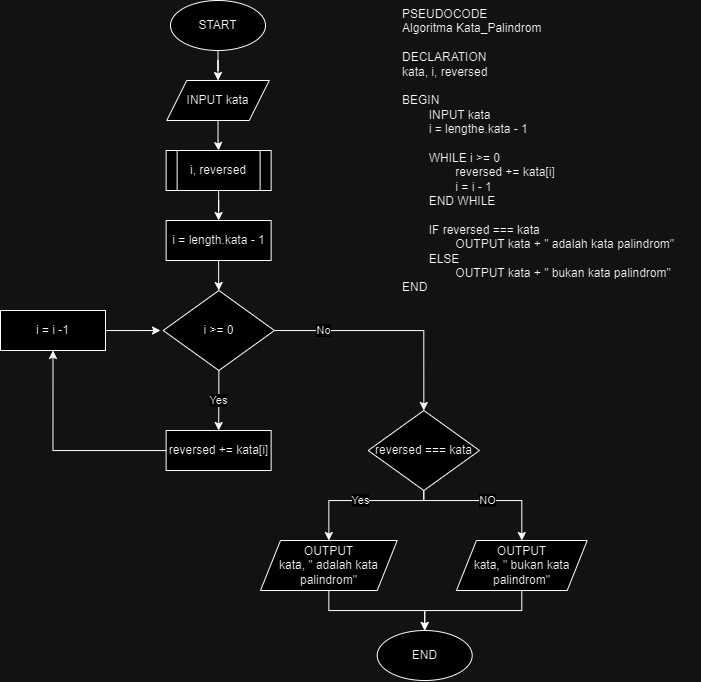
The draw.io diagram 6-Tasks-Computer-Science-Kata Palindrom.drawio.png in mfdrfauzi/fwg17-computer-science, before a commit. Source tidied: cells renumbered, new cells last; positions are measured from the earlier drawing's top-left corner, leaving out a move shared by most shapes. Source of this version:
```xml
<mxGraphModel>
  <root>
    <mxCell id="0" />
    <mxCell id="1" parent="0" />
    <mxCell id="2" value="PSEUDOCODE&lt;br&gt;&lt;div&gt;Algoritma Kata_Palindrom&lt;/div&gt;&lt;div&gt;&lt;br&gt;&lt;/div&gt;&lt;div&gt;DECLARATION&lt;/div&gt;&lt;div&gt;kata, i, reversed&lt;/div&gt;&lt;div&gt;&lt;br&gt;&lt;/div&gt;&lt;div&gt;BEGIN&lt;/div&gt;&lt;div&gt;&lt;span style=&quot;white-space: pre;&quot;&gt;&#9;&lt;/span&gt;INPUT kata&lt;/div&gt;&lt;div&gt;&lt;span style=&quot;white-space: pre;&quot;&gt;&#9;&lt;/span&gt;i = lengthe.kata - 1&lt;br&gt;&lt;/div&gt;&lt;div&gt;&lt;span style=&quot;white-space: pre;&quot;&gt;&#9;&lt;/span&gt;&lt;/div&gt;&lt;div&gt;&lt;span style=&quot;white-space: pre;&quot;&gt;&#9;&lt;/span&gt;WHILE i &amp;gt;= 0&lt;/div&gt;&lt;div&gt;&lt;span style=&quot;white-space: pre;&quot;&gt;&#9;&lt;/span&gt;&lt;span style=&quot;white-space: pre;&quot;&gt;&#9;&lt;/span&gt;reversed += kata[i]&lt;br&gt;&lt;/div&gt;&lt;div&gt;&lt;span style=&quot;white-space: pre;&quot;&gt;&#9;&lt;/span&gt;&lt;span style=&quot;white-space: pre;&quot;&gt;&#9;&lt;/span&gt;i = i - 1&lt;br&gt;&lt;/div&gt;&lt;div&gt;&lt;span style=&quot;white-space: pre;&quot;&gt;&#9;&lt;/span&gt;END WHILE&lt;br&gt;&lt;/div&gt;&lt;div&gt;&lt;br&gt;&lt;/div&gt;&lt;div&gt;&lt;span style=&quot;white-space: pre;&quot;&gt;&#9;&lt;/span&gt;IF reversed === kata&lt;br&gt;&lt;/div&gt;&lt;div&gt;&lt;span style=&quot;white-space: pre;&quot;&gt;&#9;&lt;/span&gt;&lt;span style=&quot;white-space: pre;&quot;&gt;&#9;&lt;/span&gt;OUTPUT kata + &quot; adalah kata palindrom&quot;&lt;br&gt;&lt;/div&gt;&lt;div&gt;&lt;span style=&quot;white-space: pre;&quot;&gt;&#9;&lt;/span&gt;ELSE&lt;br&gt;&lt;/div&gt;&lt;div&gt;&lt;span style=&quot;white-space: pre;&quot;&gt;&#9;&lt;/span&gt;&lt;span style=&quot;white-space: pre;&quot;&gt;&#9;&lt;/span&gt;OUTPUT kata + &quot; bukan kata palindrom&quot;&lt;br&gt;&lt;/div&gt;&lt;div&gt;END&lt;/div&gt;&lt;div&gt;&lt;br&gt;&lt;/div&gt;" style="text;html=1;align=left;verticalAlign=top;strokeColor=none;fillColor=none;" parent="1" vertex="1">
      <mxGeometry x="400" width="300" height="320" as="geometry" />
    </mxCell>
    <mxCell id="3" style="edgeStyle=orthogonalEdgeStyle;rounded=0;jettySize=auto;html=1;entryX=0.5;entryY=0;entryDx=0;entryDy=0;" parent="1" edge="1" source="4" target="6">
      <mxGeometry relative="1" as="geometry" />
    </mxCell>
    <mxCell id="4" value="START" style="ellipse;whiteSpace=wrap;html=1;" parent="1" vertex="1">
      <mxGeometry x="170" width="95" height="50" as="geometry" />
    </mxCell>
    <mxCell id="5" style="edgeStyle=orthogonalEdgeStyle;rounded=0;jettySize=auto;html=1;entryX=0.5;entryY=0;entryDx=0;entryDy=0;" parent="1" edge="1" source="6" target="8">
      <mxGeometry relative="1" as="geometry" />
    </mxCell>
    <mxCell id="6" value="INPUT kata" style="shape=parallelogram;perimeter=parallelogramPerimeter;whiteSpace=wrap;html=1;fixedSize=1;" parent="1" vertex="1">
      <mxGeometry x="166.2" y="80" width="102.5" height="40" as="geometry" />
    </mxCell>
    <mxCell id="7" style="edgeStyle=orthogonalEdgeStyle;rounded=0;jettySize=auto;html=1;entryX=0.5;entryY=0;entryDx=0;entryDy=0;" parent="1" edge="1" source="8" target="10">
      <mxGeometry relative="1" as="geometry" />
    </mxCell>
    <mxCell id="8" value="i, reversed" style="shape=process;whiteSpace=wrap;html=1;backgroundOutline=1;" parent="1" vertex="1">
      <mxGeometry x="165.6" y="150" width="105" height="40" as="geometry" />
    </mxCell>
    <mxCell id="9" style="edgeStyle=orthogonalEdgeStyle;rounded=0;jettySize=auto;html=1;entryX=0.5;entryY=0;entryDx=0;entryDy=0;" parent="1" edge="1" source="10" target="14">
      <mxGeometry relative="1" as="geometry" />
    </mxCell>
    <mxCell id="10" value="i = length.kata - 1" style="rounded=0;whiteSpace=wrap;html=1;" parent="1" vertex="1">
      <mxGeometry x="165.6" y="220" width="105" height="40" as="geometry" />
    </mxCell>
    <mxCell id="11" value="Yes" style="edgeStyle=orthogonalEdgeStyle;rounded=0;jettySize=auto;html=1;entryX=0.5;entryY=0;entryDx=0;entryDy=0;" parent="1" edge="1" source="14" target="16">
      <mxGeometry relative="1" as="geometry" />
    </mxCell>
    <mxCell id="12" style="edgeStyle=orthogonalEdgeStyle;rounded=0;jettySize=auto;html=1;entryX=0.5;entryY=0;entryDx=0;entryDy=0;" parent="1" edge="1" source="14" target="22">
      <mxGeometry relative="1" as="geometry" />
    </mxCell>
    <mxCell id="13" value="No" style="edgeLabel;html=1;align=center;verticalAlign=middle;" parent="12" vertex="1">
      <mxGeometry x="-0.58" y="1" relative="1" as="geometry" />
    </mxCell>
    <mxCell id="14" value="i &amp;gt;= 0" style="rhombus;whiteSpace=wrap;html=1;" parent="1" vertex="1">
      <mxGeometry x="162.7" y="290" width="111.2" height="80" as="geometry" />
    </mxCell>
    <mxCell id="15" style="edgeStyle=orthogonalEdgeStyle;rounded=0;jettySize=auto;html=1;entryX=0.5;entryY=1;entryDx=0;entryDy=0;" parent="1" edge="1" source="16" target="26">
      <mxGeometry relative="1" as="geometry" />
    </mxCell>
    <mxCell id="16" value="reversed += kata[i]" style="rounded=0;whiteSpace=wrap;html=1;" parent="1" vertex="1">
      <mxGeometry x="165.6" y="430" width="105" height="40" as="geometry" />
    </mxCell>
    <mxCell id="17" style="edgeStyle=orthogonalEdgeStyle;rounded=0;jettySize=auto;html=1;entryX=0.5;entryY=0;entryDx=0;entryDy=0;" parent="1" edge="1" source="18" target="19">
      <mxGeometry relative="1" as="geometry" />
    </mxCell>
    <mxCell id="18" value="OUTPUT&lt;br&gt;kata, &quot; adalah kata palindrom&quot;" style="shape=parallelogram;perimeter=parallelogramPerimeter;whiteSpace=wrap;html=1;fixedSize=1;" parent="1" vertex="1">
      <mxGeometry x="260" y="540" width="136.7" height="50" as="geometry" />
    </mxCell>
    <mxCell id="19" value="END" style="ellipse;whiteSpace=wrap;html=1;" parent="1" vertex="1">
      <mxGeometry x="376.7" y="630" width="95" height="50" as="geometry" />
    </mxCell>
    <mxCell id="20" value="Yes" style="edgeStyle=orthogonalEdgeStyle;rounded=0;jettySize=auto;html=1;entryX=0.5;entryY=0;entryDx=0;entryDy=0;" parent="1" edge="1" source="22" target="18">
      <mxGeometry relative="1" as="geometry">
        <Array as="points">
          <mxPoint x="423" y="500" />
          <mxPoint x="328" y="500" />
        </Array>
      </mxGeometry>
    </mxCell>
    <mxCell id="21" value="NO" style="edgeStyle=orthogonalEdgeStyle;rounded=0;jettySize=auto;html=1;entryX=0.5;entryY=0;entryDx=0;entryDy=0;" parent="1" edge="1" source="22" target="24">
      <mxGeometry relative="1" as="geometry">
        <Array as="points">
          <mxPoint x="423" y="500" />
          <mxPoint x="521" y="500" />
        </Array>
      </mxGeometry>
    </mxCell>
    <mxCell id="22" value="reversed === kata" style="rhombus;whiteSpace=wrap;html=1;" parent="1" vertex="1">
      <mxGeometry x="367.7" y="410" width="111.2" height="80" as="geometry" />
    </mxCell>
    <mxCell id="23" style="edgeStyle=orthogonalEdgeStyle;rounded=0;jettySize=auto;html=1;entryX=0.5;entryY=0;entryDx=0;entryDy=0;" parent="1" edge="1" source="24" target="19">
      <mxGeometry relative="1" as="geometry" />
    </mxCell>
    <mxCell id="24" value="OUTPUT&lt;br style=&quot;border-color: var(--border-color);&quot;&gt;kata, &quot; bukan kata palindrom&quot;" style="shape=parallelogram;perimeter=parallelogramPerimeter;whiteSpace=wrap;html=1;fixedSize=1;" parent="1" vertex="1">
      <mxGeometry x="455.9" y="540" width="130.8" height="50" as="geometry" />
    </mxCell>
    <mxCell id="25" style="edgeStyle=orthogonalEdgeStyle;rounded=0;jettySize=auto;html=1;" parent="1" edge="1" source="26">
      <mxGeometry relative="1" as="geometry">
        <mxPoint x="160" y="330" as="targetPoint" />
      </mxGeometry>
    </mxCell>
    <mxCell id="26" value="i = i -1" style="rounded=0;whiteSpace=wrap;html=1;" parent="1" vertex="1">
      <mxGeometry y="310" width="105" height="40" as="geometry" />
    </mxCell>
  </root>
</mxGraphModel>
```
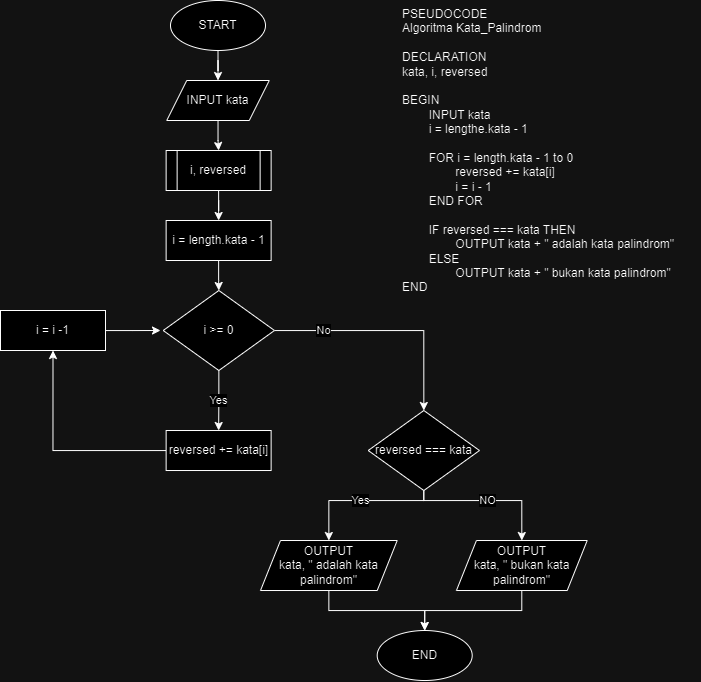
After the commit.

The edit, as a diff of the source:
```diff
@@ -2,7 +2,7 @@
   <root>
     <mxCell id="0" />
     <mxCell id="1" parent="0" />
-    <mxCell id="2" value="PSEUDOCODE&lt;br&gt;&lt;div&gt;Algoritma Kata_Palindrom&lt;/div&gt;&lt;div&gt;&lt;br&gt;&lt;/div&gt;&lt;div&gt;DECLARATION&lt;/div&gt;&lt;div&gt;kata, i, reversed&lt;/div&gt;&lt;div&gt;&lt;br&gt;&lt;/div&gt;&lt;div&gt;BEGIN&lt;/div&gt;&lt;div&gt;&lt;span style=&quot;white-space: pre;&quot;&gt;&#9;&lt;/span&gt;INPUT kata&lt;/div&gt;&lt;div&gt;&lt;span style=&quot;white-space: pre;&quot;&gt;&#9;&lt;/span&gt;i = lengthe.kata - 1&lt;br&gt;&lt;/div&gt;&lt;div&gt;&lt;span style=&quot;white-space: pre;&quot;&gt;&#9;&lt;/span&gt;&lt;/div&gt;&lt;div&gt;&lt;span style=&quot;white-space: pre;&quot;&gt;&#9;&lt;/span&gt;WHILE i &amp;gt;= 0&lt;/div&gt;&lt;div&gt;&lt;span style=&quot;white-space: pre;&quot;&gt;&#9;&lt;/span&gt;&lt;span style=&quot;white-space: pre;&quot;&gt;&#9;&lt;/span&gt;reversed += kata[i]&lt;br&gt;&lt;/div&gt;&lt;div&gt;&lt;span style=&quot;white-space: pre;&quot;&gt;&#9;&lt;/span&gt;&lt;span style=&quot;white-space: pre;&quot;&gt;&#9;&lt;/span&gt;i = i - 1&lt;br&gt;&lt;/div&gt;&lt;div&gt;&lt;span style=&quot;white-space: pre;&quot;&gt;&#9;&lt;/span&gt;END WHILE&lt;br&gt;&lt;/div&gt;&lt;div&gt;&lt;br&gt;&lt;/div&gt;&lt;div&gt;&lt;span style=&quot;white-space: pre;&quot;&gt;&#9;&lt;/span&gt;IF reversed === kata&lt;br&gt;&lt;/div&gt;&lt;div&gt;&lt;span style=&quot;white-space: pre;&quot;&gt;&#9;&lt;/span&gt;&lt;span style=&quot;white-space: pre;&quot;&gt;&#9;&lt;/span&gt;OUTPUT kata + &quot; adalah kata palindrom&quot;&lt;br&gt;&lt;/div&gt;&lt;div&gt;&lt;span style=&quot;white-space: pre;&quot;&gt;&#9;&lt;/span&gt;ELSE&lt;br&gt;&lt;/div&gt;&lt;div&gt;&lt;span style=&quot;white-space: pre;&quot;&gt;&#9;&lt;/span&gt;&lt;span style=&quot;white-space: pre;&quot;&gt;&#9;&lt;/span&gt;OUTPUT kata + &quot; bukan kata palindrom&quot;&lt;br&gt;&lt;/div&gt;&lt;div&gt;END&lt;/div&gt;&lt;div&gt;&lt;br&gt;&lt;/div&gt;" style="text;html=1;align=left;verticalAlign=top;strokeColor=none;fillColor=none;" parent="1" vertex="1">
+    <mxCell id="2" value="PSEUDOCODE&lt;br&gt;&lt;div&gt;Algoritma Kata_Palindrom&lt;/div&gt;&lt;div&gt;&lt;br&gt;&lt;/div&gt;&lt;div&gt;DECLARATION&lt;/div&gt;&lt;div&gt;kata, i, reversed&lt;/div&gt;&lt;div&gt;&lt;br&gt;&lt;/div&gt;&lt;div&gt;BEGIN&lt;/div&gt;&lt;div&gt;&lt;span style=&quot;white-space: pre;&quot;&gt;&#9;&lt;/span&gt;INPUT kata&lt;/div&gt;&lt;div&gt;&lt;span style=&quot;white-space: pre;&quot;&gt;&#9;&lt;/span&gt;i = lengthe.kata - 1&lt;br&gt;&lt;/div&gt;&lt;div&gt;&lt;span style=&quot;white-space: pre;&quot;&gt;&#9;&lt;/span&gt;&lt;/div&gt;&lt;div&gt;&lt;span style=&quot;white-space: pre;&quot;&gt;&#9;&lt;/span&gt;FOR i = length.kata - 1 to 0&lt;/div&gt;&lt;div&gt;&lt;span style=&quot;white-space: pre;&quot;&gt;&#9;&lt;span style=&quot;white-space: pre;&quot;&gt;&#9;&lt;/span&gt;r&lt;/span&gt;eversed += kata[i]&lt;br&gt;&lt;/div&gt;&lt;div&gt;&lt;span style=&quot;white-space: pre;&quot;&gt;&#9;&lt;/span&gt;&lt;span style=&quot;white-space: pre;&quot;&gt;&#9;&lt;/span&gt;i = i - 1&lt;br&gt;&lt;/div&gt;&lt;div&gt;&lt;span style=&quot;white-space: pre;&quot;&gt;&#9;&lt;/span&gt;END FOR&lt;br&gt;&lt;/div&gt;&lt;div&gt;&lt;br&gt;&lt;/div&gt;&lt;div&gt;&lt;span style=&quot;white-space: pre;&quot;&gt;&#9;&lt;/span&gt;IF reversed === kata THEN&lt;br&gt;&lt;/div&gt;&lt;div&gt;&lt;span style=&quot;white-space: pre;&quot;&gt;&#9;&lt;/span&gt;&lt;span style=&quot;white-space: pre;&quot;&gt;&#9;&lt;/span&gt;OUTPUT kata + &quot; adalah kata palindrom&quot;&lt;br&gt;&lt;/div&gt;&lt;div&gt;&lt;span style=&quot;white-space: pre;&quot;&gt;&#9;&lt;/span&gt;ELSE&lt;br&gt;&lt;/div&gt;&lt;div&gt;&lt;span style=&quot;white-space: pre;&quot;&gt;&#9;&lt;/span&gt;&lt;span style=&quot;white-space: pre;&quot;&gt;&#9;&lt;/span&gt;OUTPUT kata + &quot; bukan kata palindrom&quot;&lt;br&gt;&lt;/div&gt;&lt;div&gt;END&lt;/div&gt;&lt;div&gt;&lt;br&gt;&lt;/div&gt;" style="text;html=1;align=left;verticalAlign=top;strokeColor=none;fillColor=none;" parent="1" vertex="1">
       <mxGeometry x="400" width="300" height="320" as="geometry" />
     </mxCell>
     <mxCell id="3" style="edgeStyle=orthogonalEdgeStyle;rounded=0;jettySize=auto;html=1;entryX=0.5;entryY=0;entryDx=0;entryDy=0;" parent="1" edge="1" source="4" target="6">
```
